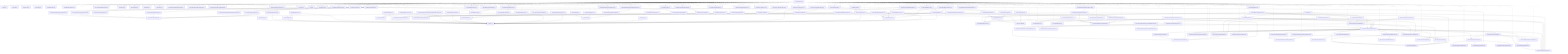
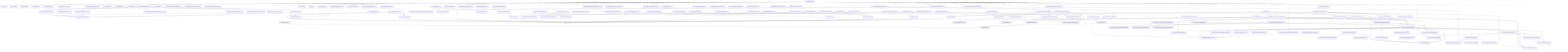
graph TD
  package__ankhorage_studio["@ankhorage/studio"]
  entrypoint_src_index_ts["src/index.ts"]
  package__ankhorage_studio --> entrypoint_src_index_ts
  module_knip_config_ts["knip.config.ts"]
  package__ankhorage_studio -.-> module_knip_config_ts
  module_paradox_config_ts["paradox.config.ts"]
  package__ankhorage_studio -.-> module_paradox_config_ts
  module_src_app_index_ts["src/app/index.ts"]
  package__ankhorage_studio -.-> module_src_app_index_ts
  module_src_app_StudioApp_tsx["src/app/StudioApp.tsx"]
  package__ankhorage_studio -.-> module_src_app_StudioApp_tsx
  module_src_app_StudioDashboard_tsx["src/app/StudioDashboard.tsx"]
  package__ankhorage_studio -.-> module_src_app_StudioDashboard_tsx
  module_src_app_StudioDashboard_tsx --> module_src_hooks_useProjects_ts
  module_src_app_StudioDashboard_tsx --> module_src_hooks_useTemplateSummaries_ts
  module_src_app_StudioDashboard_tsx --> module_src_modules_dashboard_platform_ts
  module_src_app_StudioDashboard_tsx --> module_src_modules_dashboard_search_ts
  module_src_app_StudioDashboard_tsx --> module_src_modules_dashboard_templates_ts
  module_src_app_StudioDashboard_tsx --> module_src_modules_dashboard_types_ts
  module_src_app_StudioDashboard_tsx --> module_src_modules_dashboard_ui_DashboardSectionHeader_tsx
  module_src_app_StudioDashboard_tsx --> module_src_modules_dashboard_ui_ProjectCard_tsx
  module_src_app_StudioDashboard_tsx --> module_src_modules_dashboard_ui_TemplateCard_tsx
  module_src_authFlowContract_test_ts["src/authFlowContract.test.ts"]
  package__ankhorage_studio -.-> module_src_authFlowContract_test_ts
+   module_src_authSettings_test_ts["src/authSettings.test.ts"]
+   package__ankhorage_studio -.-> module_src_authSettings_test_ts
+   module_src_authSettings_test_ts --> module_src_authSettings_ts
+   module_src_authSettings_ts["src/authSettings.ts"]
+   package__ankhorage_studio -.-> module_src_authSettings_ts
  module_src_canvasDragModel_public_test_ts["src/canvasDragModel.public.test.ts"]
  package__ankhorage_studio -.-> module_src_canvasDragModel_public_test_ts
  module_src_canvasDragModel_public_test_ts --> module_src_canvasDragModel_ts
  module_src_canvasDragModel_public_test_ts --> module_src_canvasDropZones_ts
  module_src_canvasDragModel_test_ts["src/canvasDragModel.test.ts"]
  package__ankhorage_studio -.-> module_src_canvasDragModel_test_ts
  module_src_canvasDragModel_test_ts --> module_src_canvasDragModel_ts
  module_src_canvasDragModel_test_ts --> module_src_canvasDropZones_ts
  module_src_canvasDragModel_ts["src/canvasDragModel.ts"]
  package__ankhorage_studio -.-> module_src_canvasDragModel_ts
  module_src_canvasDragModel_ts --> module_src_canvasDropZones_ts
  module_src_canvasDragModel_ts --> module_src_index_ts
  module_src_canvasDropZones_test_ts["src/canvasDropZones.test.ts"]
  package__ankhorage_studio -.-> module_src_canvasDropZones_test_ts
  module_src_canvasDropZones_test_ts --> module_src_canvasDropZones_ts
  module_src_canvasDropZones_test_ts --> module_src_index_ts
  module_src_canvasDropZones_ts["src/canvasDropZones.ts"]
  package__ankhorage_studio -.-> module_src_canvasDropZones_ts
  module_src_canvasDropZones_ts --> module_src_index_ts
  module_src_cli_index_ts["src/cli/index.ts"]
  package__ankhorage_studio -.-> module_src_cli_index_ts
  module_src_cli_index_ts --> module_src_host_createStudioHost_ts
  module_src_cli_index_ts --> module_src_host_http_server_ts
  module_src_cli_index_ts --> module_src_host_templateRegistry_index_ts
  module_src_cli_index_ts --> module_src_host_utils_workspaceRoot_ts
  module_src_core_constants_ts["src/core/constants.ts"]
  package__ankhorage_studio -.-> module_src_core_constants_ts
  module_src_core_StudioContext_ts["src/core/StudioContext.ts"]
  package__ankhorage_studio -.-> module_src_core_StudioContext_ts
  module_src_core_StudioContext_ts --> module_src_index_ts
  module_src_core_studioPackageBoundary_ts["src/core/studioPackageBoundary.ts"]
  package__ankhorage_studio -.-> module_src_core_studioPackageBoundary_ts
  module_src_core_StudioProvider_ts["src/core/StudioProvider.ts"]
  package__ankhorage_studio -.-> module_src_core_StudioProvider_ts
  module_src_core_StudioProvider_ts --> module_src_core_StudioContext_ts
  module_src_core_StudioProvider_ts --> module_src_index_ts
  module_src_dnd_index_ts["src/dnd/index.ts"]
  package__ankhorage_studio -.-> module_src_dnd_index_ts
  module_src_dnd_primitives_ts["src/dnd/primitives.ts"]
  package__ankhorage_studio -.-> module_src_dnd_primitives_ts
  module_src_dnd_state_ts["src/dnd/state.ts"]
  package__ankhorage_studio -.-> module_src_dnd_state_ts
  module_src_hooks_useProjects_ts["src/hooks/useProjects.ts"]
  package__ankhorage_studio -.-> module_src_hooks_useProjects_ts
  module_src_hooks_useProjects_ts --> module_src_core_constants_ts
  module_src_hooks_useTemplateSummaries_ts["src/hooks/useTemplateSummaries.ts"]
  package__ankhorage_studio -.-> module_src_hooks_useTemplateSummaries_ts
  module_src_hooks_useTemplateSummaries_ts --> module_src_core_constants_ts
  module_src_hooks_useTemplateSummaries_ts --> module_src_modules_dashboard_types_ts
+   module_src_host_auth_projectAuthService_test_ts["src/host/auth/projectAuthService.test.ts"]
+   package__ankhorage_studio -.-> module_src_host_auth_projectAuthService_test_ts
+   module_src_host_auth_projectAuthService_test_ts --> module_src_host_auth_projectAuthService_ts
+   module_src_host_auth_projectAuthService_ts["src/host/auth/projectAuthService.ts"]
+   package__ankhorage_studio -.-> module_src_host_auth_projectAuthService_ts
+   module_src_host_auth_projectAuthService_ts --> module_src_authSettings_ts
+   module_src_host_auth_projectAuthService_ts --> module_src_host_orchestrator_projectManager_ts
  module_src_host_createStudioHost_ts["src/host/createStudioHost.ts"]
  package__ankhorage_studio -.-> module_src_host_createStudioHost_ts
  module_src_host_createStudioHost_ts --> module_src_host_orchestrator_infraRuntime_ts
  module_src_host_createStudioHost_ts --> module_src_host_orchestrator_moduleManager_ts
  module_src_host_createStudioHost_ts --> module_src_host_orchestrator_projectManager_ts
  module_src_host_hostLifecycle_smoke_test_ts["src/host/hostLifecycle.smoke.test.ts"]
  package__ankhorage_studio -.-> module_src_host_hostLifecycle_smoke_test_ts
  module_src_host_hostLifecycle_smoke_test_ts --> module_src_host_orchestrator_moduleManager_ts
  module_src_host_hostLifecycle_smoke_test_ts --> module_src_host_orchestrator_projectManager_ts
  module_src_host_hostLifecycle_smoke_test_ts --> module_src_host_templateRegistry_index_ts
  module_src_host_hostOwnership_test_ts["src/host/hostOwnership.test.ts"]
  package__ankhorage_studio -.-> module_src_host_hostOwnership_test_ts
  module_src_host_hostOwnership_test_ts --> module_src_host_http_security_ts
  module_src_host_hostOwnership_test_ts --> module_src_host_orchestrator_projectPaths_ts
  module_src_host_hostOwnership_test_ts --> module_src_host_utils_workspaceRoot_ts
+   module_src_host_http_authRoutes_ts["src/host/http/authRoutes.ts"]
+   package__ankhorage_studio -.-> module_src_host_http_authRoutes_ts
+   module_src_host_http_authRoutes_ts --> module_src_host_auth_projectAuthService_ts
+   module_src_host_http_authRoutes_ts --> module_src_host_orchestrator_projectManager_ts
  module_src_host_http_secretRoutes_ts["src/host/http/secretRoutes.ts"]
  package__ankhorage_studio -.-> module_src_host_http_secretRoutes_ts
  module_src_host_http_secretRoutes_ts --> module_src_host_orchestrator_projectManager_ts
  module_src_host_http_secretRoutes_ts --> module_src_host_secrets_projectSecretService_ts
  module_src_host_http_security_ts["src/host/http/security.ts"]
  package__ankhorage_studio -.-> module_src_host_http_security_ts
  module_src_host_http_server_ts["src/host/http/server.ts"]
  package__ankhorage_studio -.-> module_src_host_http_server_ts
  module_src_host_http_server_ts --> module_src_host_http_security_ts
  module_src_host_http_server_ts --> module_src_host_orchestrator_infraRuntime_ts
  module_src_host_http_server_ts --> module_src_host_orchestrator_moduleManager_ts
  module_src_host_http_server_ts --> module_src_host_orchestrator_projectManager_ts
  module_src_host_http_server_ts --> module_src_host_orchestrator_resolveMutations_ts
  module_src_host_http_server_ts --> module_src_host_templateRegistry_index_ts
  module_src_host_http_server_ts --> module_src_host_utils_trimOutput_ts
  module_src_host_http_server_ts --> module_src_host_utils_workspaceRoot_ts
  module_src_host_http_serverWithSecrets_ts["src/host/http/serverWithSecrets.ts"]
  package__ankhorage_studio -.-> module_src_host_http_serverWithSecrets_ts
+   module_src_host_http_serverWithSecrets_ts --> module_src_host_http_authRoutes_ts
  module_src_host_http_serverWithSecrets_ts --> module_src_host_http_secretRoutes_ts
  module_src_host_http_serverWithSecrets_ts --> module_src_host_http_server_ts
  module_src_host_http_serverWithSecrets_ts --> module_src_host_orchestrator_moduleManager_ts
  module_src_host_http_serverWithSecrets_ts --> module_src_host_orchestrator_projectManager_ts
  module_src_host_http_serverWithSecrets_ts --> module_src_host_utils_workspaceRoot_ts
  module_src_host_http_standalone_ts["src/host/http/standalone.ts"]
  package__ankhorage_studio -.-> module_src_host_http_standalone_ts
  module_src_host_http_standalone_ts --> module_src_host_http_serverWithSecrets_ts
  module_src_host_index_ts["src/host/index.ts"]
  package__ankhorage_studio -.-> module_src_host_index_ts
  module_src_host_layout_auth_resolveAuthLayoutPlan_test_ts["src/host/layout/auth/resolveAuthLayoutPlan.test.ts"]
  package__ankhorage_studio -.-> module_src_host_layout_auth_resolveAuthLayoutPlan_test_ts
  module_src_host_layout_auth_resolveAuthLayoutPlan_test_ts --> module_src_host_layout_auth_resolveAuthLayoutPlan_ts
  module_src_host_layout_auth_resolveAuthLayoutPlan_ts["src/host/layout/auth/resolveAuthLayoutPlan.ts"]
  package__ankhorage_studio -.-> module_src_host_layout_auth_resolveAuthLayoutPlan_ts
  module_src_host_layout_layoutGenerator_ts["src/host/layout/layoutGenerator.ts"]
  package__ankhorage_studio -.-> module_src_host_layout_layoutGenerator_ts
  module_src_host_layout_layoutGenerator_ts --> module_src_host_layout_auth_resolveAuthLayoutPlan_ts
  module_src_host_layout_layoutGenerator_ts --> module_src_host_layout_templates_index_ts
  module_src_host_layout_layoutGenerator_ts --> module_src_host_modules_layout_ts
  module_src_host_layout_templates_auth_adapter_ts["src/host/layout/templates/auth/adapter.ts"]
  package__ankhorage_studio -.-> module_src_host_layout_templates_auth_adapter_ts
  module_src_host_layout_templates_auth_screen_ts["src/host/layout/templates/auth/screen.ts"]
  package__ankhorage_studio -.-> module_src_host_layout_templates_auth_screen_ts
  module_src_host_layout_templates_auth_screen_ts --> module_src_host_layout_templates_utils_routes_ts
  module_src_host_layout_templates_auth_screen_ts --> module_src_host_layout_templates_utils_strings_ts
  module_src_host_layout_templates_auth_screen_ts --> module_src_host_layout_utils_escapeStringLiteral_ts
  module_src_host_layout_templates_auth_session_ts["src/host/layout/templates/auth/session.ts"]
  package__ankhorage_studio -.-> module_src_host_layout_templates_auth_session_ts
  module_src_host_layout_templates_auth_signOut_ts["src/host/layout/templates/auth/signOut.ts"]
  package__ankhorage_studio -.-> module_src_host_layout_templates_auth_signOut_ts
  module_src_host_layout_templates_index_ts["src/host/layout/templates/index.ts"]
  package__ankhorage_studio -.-> module_src_host_layout_templates_index_ts
  module_src_host_layout_templates_navigation_ts["src/host/layout/templates/navigation.ts"]
  package__ankhorage_studio -.-> module_src_host_layout_templates_navigation_ts
  module_src_host_layout_templates_navigation_ts --> module_src_host_layout_utils_escapeStringLiteral_ts
  module_src_host_layout_templates_nestedLayout_ts["src/host/layout/templates/nestedLayout.ts"]
  package__ankhorage_studio -.-> module_src_host_layout_templates_nestedLayout_ts
  module_src_host_layout_templates_nestedLayout_ts --> module_src_host_layout_templates_navigation_ts
  module_src_host_layout_templates_nestedLayout_ts --> module_src_host_layout_templates_utils_strings_ts
  module_src_host_layout_templates_redirect_ts["src/host/layout/templates/redirect.ts"]
  package__ankhorage_studio -.-> module_src_host_layout_templates_redirect_ts
  module_src_host_layout_templates_redirect_ts --> module_src_host_layout_utils_escapeStringLiteral_ts
  module_src_host_layout_templates_rootLayout_test_ts["src/host/layout/templates/rootLayout.test.ts"]
  package__ankhorage_studio -.-> module_src_host_layout_templates_rootLayout_test_ts
  module_src_host_layout_templates_rootLayout_test_ts --> module_src_host_layout_templates_rootLayout_ts
  module_src_host_layout_templates_rootLayout_ts["src/host/layout/templates/rootLayout.ts"]
  package__ankhorage_studio -.-> module_src_host_layout_templates_rootLayout_ts
  module_src_host_layout_templates_rootLayout_ts --> module_src_host_layout_templates_navigation_ts
  module_src_host_layout_templates_rootLayout_ts --> module_src_host_layout_templates_utils_routes_ts
  module_src_host_layout_templates_rootLayout_ts --> module_src_host_layout_utils_escapeStringLiteral_ts
  module_src_host_layout_templates_rootLayout_ts --> module_src_host_modules_layout_ts
  module_src_host_layout_templates_screen_ts["src/host/layout/templates/screen.ts"]
  package__ankhorage_studio -.-> module_src_host_layout_templates_screen_ts
  module_src_host_layout_templates_screen_ts --> module_src_host_layout_templates_utils_strings_ts
  module_src_host_layout_templates_screen_ts --> module_src_host_layout_utils_escapeStringLiteral_ts
  module_src_host_layout_templates_utils_routes_ts["src/host/layout/templates/utils/routes.ts"]
  package__ankhorage_studio -.-> module_src_host_layout_templates_utils_routes_ts
  module_src_host_layout_templates_utils_strings_ts["src/host/layout/templates/utils/strings.ts"]
  package__ankhorage_studio -.-> module_src_host_layout_templates_utils_strings_ts
  module_src_host_layout_utils_escapeStringLiteral_ts["src/host/layout/utils/escapeStringLiteral.ts"]
  package__ankhorage_studio -.-> module_src_host_layout_utils_escapeStringLiteral_ts
  module_src_host_manifestSystem_auth_index_ts["src/host/manifestSystem/auth/index.ts"]
  package__ankhorage_studio -.-> module_src_host_manifestSystem_auth_index_ts
  module_src_host_manifestSystem_auth_shared_global_auth_system_tpl_ts["src/host/manifestSystem/auth/shared/global.auth.system.tpl.ts"]
  package__ankhorage_studio -.-> module_src_host_manifestSystem_auth_shared_global_auth_system_tpl_ts
  module_src_host_manifestSystem_auth_shared_index_ts["src/host/manifestSystem/auth/shared/index.ts"]
  package__ankhorage_studio -.-> module_src_host_manifestSystem_auth_shared_index_ts
  module_src_host_manifestSystem_auth_shared_index_ts --> module_src_host_manifestSystem_auth_shared_global_auth_system_tpl_ts
  module_src_host_manifestSystem_auth_shared_index_ts --> module_src_host_manifestSystem_types_ts
  module_src_host_manifestSystem_index_ts["src/host/manifestSystem/index.ts"]
  package__ankhorage_studio -.-> module_src_host_manifestSystem_index_ts
  module_src_host_manifestSystem_index_ts --> module_src_host_manifestSystem_auth_index_ts
  module_src_host_manifestSystem_index_ts --> module_src_host_manifestSystem_types_ts
  module_src_host_manifestSystem_index_ts --> module_src_host_utils_requirementsInference_ts
  module_src_host_manifestSystem_types_ts["src/host/manifestSystem/types.ts"]
  package__ankhorage_studio -.-> module_src_host_manifestSystem_types_ts
  module_src_host_modules_catalog_ts["src/host/modules/catalog.ts"]
  package__ankhorage_studio -.-> module_src_host_modules_catalog_ts
  module_src_host_modules_catalog_ts --> module_src_host_modules_layout_ts
  module_src_host_modules_layout_ts["src/host/modules/layout.ts"]
  package__ankhorage_studio -.-> module_src_host_modules_layout_ts
  module_src_host_modules_runtime_LocalFsTargetAdapter_ts["src/host/modules/runtime/LocalFsTargetAdapter.ts"]
  package__ankhorage_studio -.-> module_src_host_modules_runtime_LocalFsTargetAdapter_ts
  module_src_host_orchestrator_generatedAppFiles_ts["src/host/orchestrator/generatedAppFiles.ts"]
  package__ankhorage_studio -.-> module_src_host_orchestrator_generatedAppFiles_ts
  module_src_host_orchestrator_generatedAppFiles_ts --> module_src_host_zoraExtensions_index_ts
  module_src_host_orchestrator_generatedRouteCleanup_ts["src/host/orchestrator/generatedRouteCleanup.ts"]
  package__ankhorage_studio -.-> module_src_host_orchestrator_generatedRouteCleanup_ts
  module_src_host_orchestrator_infraGenerator_ts["src/host/orchestrator/infraGenerator.ts"]
  package__ankhorage_studio -.-> module_src_host_orchestrator_infraGenerator_ts
  module_src_host_orchestrator_infraGenerator_ts --> module_src_host_orchestrator_infraValidation_ts
  module_src_host_orchestrator_infraRuntime_ts["src/host/orchestrator/infraRuntime.ts"]
  package__ankhorage_studio -.-> module_src_host_orchestrator_infraRuntime_ts
  module_src_host_orchestrator_infraRuntime_ts --> module_src_host_orchestrator_projectPaths_ts
  module_src_host_orchestrator_infraValidation_ts["src/host/orchestrator/infraValidation.ts"]
  package__ankhorage_studio -.-> module_src_host_orchestrator_infraValidation_ts
  module_src_host_orchestrator_moduleManager_ts["src/host/orchestrator/moduleManager.ts"]
  package__ankhorage_studio -.-> module_src_host_orchestrator_moduleManager_ts
  module_src_host_orchestrator_moduleManager_ts --> module_src_host_modules_catalog_ts
  module_src_host_orchestrator_moduleManager_ts --> module_src_host_modules_runtime_LocalFsTargetAdapter_ts
  module_src_host_orchestrator_moduleManager_ts --> module_src_host_orchestrator_projectManager_ts
  module_src_host_orchestrator_moduleManager_ts --> module_src_host_orchestrator_resolveMutations_ts
  module_src_host_orchestrator_projectDeletion_ts["src/host/orchestrator/projectDeletion.ts"]
  package__ankhorage_studio -.-> module_src_host_orchestrator_projectDeletion_ts
  module_src_host_orchestrator_projectManager_ts["src/host/orchestrator/projectManager.ts"]
  package__ankhorage_studio -.-> module_src_host_orchestrator_projectManager_ts
  module_src_host_orchestrator_projectManager_ts --> module_src_host_layout_layoutGenerator_ts
  module_src_host_orchestrator_projectManager_ts --> module_src_host_manifestSystem_index_ts
  module_src_host_orchestrator_projectManager_ts --> module_src_host_modules_layout_ts
  module_src_host_orchestrator_projectManager_ts --> module_src_host_orchestrator_generatedRouteCleanup_ts
  module_src_host_orchestrator_projectManager_ts --> module_src_host_orchestrator_infraGenerator_ts
  module_src_host_orchestrator_projectManager_ts --> module_src_host_orchestrator_infraRuntime_ts
  module_src_host_orchestrator_projectManager_ts --> module_src_host_orchestrator_projectDeletion_ts
  module_src_host_orchestrator_projectManager_ts --> module_src_host_orchestrator_projectPaths_ts
  module_src_host_orchestrator_projectManager_ts --> module_src_host_orchestrator_projectStore_ts
  module_src_host_orchestrator_projectManager_ts --> module_src_host_orchestrator_resolveMutations_ts
  module_src_host_orchestrator_projectManager_ts --> module_src_host_orchestrator_scaffolder_ts
  module_src_host_orchestrator_projectManager_ts --> module_src_host_orchestrator_templates_ts
  module_src_host_orchestrator_projectManager_ts --> module_src_host_orchestrator_workspaceRuntime_ts
  module_src_host_orchestrator_projectManager_ts --> module_src_host_templateRegistry_index_ts
  module_src_host_orchestrator_projectManager_ts --> module_src_host_zoraExtensions_index_ts
  module_src_host_orchestrator_projectPaths_ts["src/host/orchestrator/projectPaths.ts"]
  package__ankhorage_studio -.-> module_src_host_orchestrator_projectPaths_ts
  module_src_host_orchestrator_projectStore_ts["src/host/orchestrator/projectStore.ts"]
  package__ankhorage_studio -.-> module_src_host_orchestrator_projectStore_ts
  module_src_host_orchestrator_projectStore_ts --> module_src_host_orchestrator_projectPaths_ts
  module_src_host_orchestrator_resolveMutations_ts["src/host/orchestrator/resolveMutations.ts"]
  package__ankhorage_studio -.-> module_src_host_orchestrator_resolveMutations_ts
  module_src_host_orchestrator_resolveMutations_ts --> module_src_host_modules_catalog_ts
  module_src_host_orchestrator_resolveMutations_ts --> module_src_host_modules_layout_ts
  module_src_host_orchestrator_scaffolder_ts["src/host/orchestrator/scaffolder.ts"]
  package__ankhorage_studio -.-> module_src_host_orchestrator_scaffolder_ts
  module_src_host_orchestrator_scaffolder_ts --> module_src_host_manifestSystem_index_ts
  module_src_host_orchestrator_scaffolder_ts --> module_src_host_orchestrator_generatedAppFiles_ts
  module_src_host_orchestrator_scaffolder_ts --> module_src_host_orchestrator_templates_ts
  module_src_host_orchestrator_scaffolder_ts --> module_src_host_templateRegistry_index_ts
  module_src_host_orchestrator_scaffolder_ts --> module_src_host_zoraExtensions_index_ts
  module_src_host_orchestrator_templates_ts["src/host/orchestrator/templates.ts"]
  package__ankhorage_studio -.-> module_src_host_orchestrator_templates_ts
  module_src_host_orchestrator_workspaceRuntime_ts["src/host/orchestrator/workspaceRuntime.ts"]
  package__ankhorage_studio -.-> module_src_host_orchestrator_workspaceRuntime_ts
  module_src_host_secrets_bunSupabaseVaultClient_ts["src/host/secrets/bunSupabaseVaultClient.ts"]
  package__ankhorage_studio -.-> module_src_host_secrets_bunSupabaseVaultClient_ts
  module_src_host_secrets_projectSecretService_test_ts["src/host/secrets/projectSecretService.test.ts"]
  package__ankhorage_studio -.-> module_src_host_secrets_projectSecretService_test_ts
  module_src_host_secrets_projectSecretService_test_ts --> module_src_host_secrets_projectSecretService_ts
  module_src_host_secrets_projectSecretService_ts["src/host/secrets/projectSecretService.ts"]
  package__ankhorage_studio -.-> module_src_host_secrets_projectSecretService_ts
  module_src_host_secrets_projectSecretService_ts --> module_src_host_orchestrator_projectManager_ts
  module_src_host_secrets_projectSecretService_ts --> module_src_host_orchestrator_projectPaths_ts
  module_src_host_secrets_projectSecretService_ts --> module_src_host_secrets_bunSupabaseVaultClient_ts
  module_src_host_secrets_projectSecretService_ts --> module_src_host_secrets_resolveProjectSecretDatabaseUrl_ts
  module_src_host_secrets_resolveProjectSecretDatabaseUrl_test_ts["src/host/secrets/resolveProjectSecretDatabaseUrl.test.ts"]
  package__ankhorage_studio -.-> module_src_host_secrets_resolveProjectSecretDatabaseUrl_test_ts
  module_src_host_secrets_resolveProjectSecretDatabaseUrl_test_ts --> module_src_host_secrets_resolveProjectSecretDatabaseUrl_ts
  module_src_host_secrets_resolveProjectSecretDatabaseUrl_ts["src/host/secrets/resolveProjectSecretDatabaseUrl.ts"]
  package__ankhorage_studio -.-> module_src_host_secrets_resolveProjectSecretDatabaseUrl_ts
  module_src_host_templateRegistry_index_ts["src/host/templateRegistry/index.ts"]
  package__ankhorage_studio -.-> module_src_host_templateRegistry_index_ts
  module_src_host_utils_requirementsInference_ts["src/host/utils/requirementsInference.ts"]
  package__ankhorage_studio -.-> module_src_host_utils_requirementsInference_ts
  module_src_host_utils_trimOutput_ts["src/host/utils/trimOutput.ts"]
  package__ankhorage_studio -.-> module_src_host_utils_trimOutput_ts
  module_src_host_utils_workspaceRoot_ts["src/host/utils/workspaceRoot.ts"]
  package__ankhorage_studio -.-> module_src_host_utils_workspaceRoot_ts
  module_src_host_zoraExtensions_index_ts["src/host/zoraExtensions/index.ts"]
  package__ankhorage_studio -.-> module_src_host_zoraExtensions_index_ts
  module_src_host_zoraExtensions_index_ts --> module_src_host_templateRegistry_index_ts
  module_src_index_test_ts["src/index.test.ts"]
  package__ankhorage_studio -.-> module_src_index_test_ts
  module_src_index_test_ts --> module_src_index_ts
  module_src_index_ts["src/index.ts"]
  module_src_insertModalModel_public_test_ts["src/insertModalModel.public.test.ts"]
  package__ankhorage_studio -.-> module_src_insertModalModel_public_test_ts
  module_src_insertModalModel_public_test_ts --> module_src_index_ts
  module_src_insertModalModel_public_test_ts --> module_src_insertModalModel_ts
  module_src_insertModalModel_test_ts["src/insertModalModel.test.ts"]
  package__ankhorage_studio -.-> module_src_insertModalModel_test_ts
  module_src_insertModalModel_test_ts --> module_src_index_ts
  module_src_insertModalModel_test_ts --> module_src_insertModalModel_ts
  module_src_insertModalModel_ts["src/insertModalModel.ts"]
  package__ankhorage_studio -.-> module_src_insertModalModel_ts
  module_src_insertModalModel_ts --> module_src_index_ts
  module_src_localizationConfig_public_test_ts["src/localizationConfig.public.test.ts"]
  package__ankhorage_studio -.-> module_src_localizationConfig_public_test_ts
  module_src_localizationConfig_public_test_ts --> module_src_localizationConfig_ts
  module_src_localizationConfig_test_ts["src/localizationConfig.test.ts"]
  package__ankhorage_studio -.-> module_src_localizationConfig_test_ts
  module_src_localizationConfig_test_ts --> module_src_localizationConfig_ts
  module_src_localizationConfig_ts["src/localizationConfig.ts"]
  package__ankhorage_studio -.-> module_src_localizationConfig_ts
  module_src_localizationPanelModel_test_ts["src/localizationPanelModel.test.ts"]
  package__ankhorage_studio -.-> module_src_localizationPanelModel_test_ts
  module_src_localizationPanelModel_test_ts --> module_src_localizationPanelModel_ts
  module_src_localizationPanelModel_ts["src/localizationPanelModel.ts"]
  package__ankhorage_studio -.-> module_src_localizationPanelModel_ts
  module_src_manifestNavigatorPreviewModel_public_test_ts["src/manifestNavigatorPreviewModel.public.test.ts"]
  package__ankhorage_studio -.-> module_src_manifestNavigatorPreviewModel_public_test_ts
  module_src_manifestNavigatorPreviewModel_public_test_ts --> module_src_manifestNavigatorPreviewModel_ts
  module_src_manifestNavigatorPreviewModel_test_ts["src/manifestNavigatorPreviewModel.test.ts"]
  package__ankhorage_studio -.-> module_src_manifestNavigatorPreviewModel_test_ts
  module_src_manifestNavigatorPreviewModel_test_ts --> module_src_manifestNavigatorPreviewModel_ts
  module_src_manifestNavigatorPreviewModel_ts["src/manifestNavigatorPreviewModel.ts"]
  package__ankhorage_studio -.-> module_src_manifestNavigatorPreviewModel_ts
  module_src_manifestNavigatorPreviewModel_ts --> module_src_routeUtils_ts
  module_src_manifestState_public_test_ts["src/manifestState.public.test.ts"]
  package__ankhorage_studio -.-> module_src_manifestState_public_test_ts
  module_src_manifestState_public_test_ts --> module_src_index_ts
  module_src_manifestState_public_test_ts --> module_src_manifestState_ts
  module_src_manifestState_routes_test_ts["src/manifestState.routes.test.ts"]
  package__ankhorage_studio -.-> module_src_manifestState_routes_test_ts
  module_src_manifestState_routes_test_ts --> module_src_index_ts
  module_src_manifestState_routes_test_ts --> module_src_manifestState_ts
  module_src_manifestState_test_ts["src/manifestState.test.ts"]
  package__ankhorage_studio -.-> module_src_manifestState_test_ts
  module_src_manifestState_test_ts --> module_src_index_ts
  module_src_manifestState_test_ts --> module_src_manifestState_ts
  module_src_manifestState_ts["src/manifestState.ts"]
  package__ankhorage_studio -.-> module_src_manifestState_ts
  module_src_manifestState_ts --> module_src_index_ts
  module_src_manifestSync_test_ts["src/manifestSync.test.ts"]
  package__ankhorage_studio -.-> module_src_manifestSync_test_ts
  module_src_manifestSync_test_ts --> module_src_index_ts
  module_src_manifestSync_test_ts --> module_src_manifestSync_ts
  module_src_manifestSync_ts["src/manifestSync.ts"]
  package__ankhorage_studio -.-> module_src_manifestSync_ts
  module_src_manifestSync_ts --> module_src_index_ts
  module_src_modules_dashboard_platform_ts["src/modules/dashboard/platform.ts"]
  package__ankhorage_studio -.-> module_src_modules_dashboard_platform_ts
  module_src_modules_dashboard_search_ts["src/modules/dashboard/search.ts"]
  package__ankhorage_studio -.-> module_src_modules_dashboard_search_ts
  module_src_modules_dashboard_search_ts --> module_src_modules_dashboard_types_ts
  module_src_modules_dashboard_templates_ts["src/modules/dashboard/templates.ts"]
  package__ankhorage_studio -.-> module_src_modules_dashboard_templates_ts
  module_src_modules_dashboard_templates_ts --> module_src_modules_dashboard_types_ts
  module_src_modules_dashboard_types_ts["src/modules/dashboard/types.ts"]
  package__ankhorage_studio -.-> module_src_modules_dashboard_types_ts
  module_src_modules_dashboard_ui_DashboardSectionHeader_tsx["src/modules/dashboard/ui/DashboardSectionHeader.tsx"]
  package__ankhorage_studio -.-> module_src_modules_dashboard_ui_DashboardSectionHeader_tsx
  module_src_modules_dashboard_ui_ProjectCard_tsx["src/modules/dashboard/ui/ProjectCard.tsx"]
  package__ankhorage_studio -.-> module_src_modules_dashboard_ui_ProjectCard_tsx
  module_src_modules_dashboard_ui_ProjectCard_tsx --> module_src_modules_dashboard_types_ts
  module_src_modules_dashboard_ui_TemplateCard_tsx["src/modules/dashboard/ui/TemplateCard.tsx"]
  package__ankhorage_studio -.-> module_src_modules_dashboard_ui_TemplateCard_tsx
  module_src_modules_dashboard_ui_TemplateCard_tsx --> module_src_modules_dashboard_types_ts
+   module_src_projectAuthApi_test_ts["src/projectAuthApi.test.ts"]
+   package__ankhorage_studio -.-> module_src_projectAuthApi_test_ts
+   module_src_projectAuthApi_test_ts --> module_src_projectAuthApi_ts
+   module_src_projectAuthApi_ts["src/projectAuthApi.ts"]
+   package__ankhorage_studio -.-> module_src_projectAuthApi_ts
+   module_src_projectAuthApi_ts --> module_src_authSettings_ts
  module_src_projectSecretApi_test_ts["src/projectSecretApi.test.ts"]
  package__ankhorage_studio -.-> module_src_projectSecretApi_test_ts
  module_src_projectSecretApi_test_ts --> module_src_projectSecretApi_ts
  module_src_projectSecretApi_ts["src/projectSecretApi.ts"]
  package__ankhorage_studio -.-> module_src_projectSecretApi_ts
-   module_src_projectSecretApi_ts --> module_src_core_constants_ts
  module_src_root_test_ts["src/root.test.ts"]
  package__ankhorage_studio -.-> module_src_root_test_ts
  module_src_root_ts["src/root.ts"]
  package__ankhorage_studio -.-> module_src_root_ts
  module_src_routeUtils_public_test_ts["src/routeUtils.public.test.ts"]
  package__ankhorage_studio -.-> module_src_routeUtils_public_test_ts
  module_src_routeUtils_public_test_ts --> module_src_routeUtils_ts
  module_src_routeUtils_test_ts["src/routeUtils.test.ts"]
  package__ankhorage_studio -.-> module_src_routeUtils_test_ts
  module_src_routeUtils_test_ts --> module_src_routeUtils_ts
  module_src_routeUtils_ts["src/routeUtils.ts"]
  package__ankhorage_studio -.-> module_src_routeUtils_ts
  module_src_runtime_actionSuppression_ts["src/runtime/actionSuppression.ts"]
  package__ankhorage_studio -.-> module_src_runtime_actionSuppression_ts
  module_src_runtime_appExtensionRegistry_ts["src/runtime/appExtensionRegistry.ts"]
  package__ankhorage_studio -.-> module_src_runtime_appExtensionRegistry_ts
  module_src_runtime_index_ts["src/runtime/index.ts"]
  package__ankhorage_studio -.-> module_src_runtime_index_ts
  module_src_runtime_localizationPreview_ts["src/runtime/localizationPreview.ts"]
  package__ankhorage_studio -.-> module_src_runtime_localizationPreview_ts
  module_src_runtime_overlay_test_ts["src/runtime/overlay.test.ts"]
  package__ankhorage_studio -.-> module_src_runtime_overlay_test_ts
  module_src_runtime_previewRegistry_ts["src/runtime/previewRegistry.ts"]
  package__ankhorage_studio -.-> module_src_runtime_previewRegistry_ts
  module_src_runtime_previewRuntimeConfig_ts["src/runtime/previewRuntimeConfig.ts"]
  package__ankhorage_studio -.-> module_src_runtime_previewRuntimeConfig_ts
  module_src_runtime_previewRuntimeConfig_ts --> module_src_runtime_actionSuppression_ts
  module_src_runtime_previewRuntimeConfig_ts --> module_src_runtime_previewRegistry_ts
  module_src_runtime_registry_tsx["src/runtime/registry.tsx"]
  package__ankhorage_studio -.-> module_src_runtime_registry_tsx
  module_src_runtime_registry_tsx --> module_src_runtime_appExtensionRegistry_ts
  module_src_runtime_runtimeActions_ts["src/runtime/runtimeActions.ts"]
  package__ankhorage_studio -.-> module_src_runtime_runtimeActions_ts
  module_src_runtime_useRuntimeAction_ts["src/runtime/useRuntimeAction.ts"]
  package__ankhorage_studio -.-> module_src_runtime_useRuntimeAction_ts
  module_src_runtime_useRuntimeAction_ts --> module_src_runtime_runtimeActions_ts
  module_src_runtimeDiagnosticsModel_test_ts["src/runtimeDiagnosticsModel.test.ts"]
  package__ankhorage_studio -.-> module_src_runtimeDiagnosticsModel_test_ts
  module_src_runtimeDiagnosticsModel_test_ts --> module_src_runtimeDiagnosticsModel_ts
  module_src_runtimeDiagnosticsModel_ts["src/runtimeDiagnosticsModel.ts"]
  package__ankhorage_studio -.-> module_src_runtimeDiagnosticsModel_ts
  module_src_runtimeLocalization_public_test_ts["src/runtimeLocalization.public.test.ts"]
  package__ankhorage_studio -.-> module_src_runtimeLocalization_public_test_ts
  module_src_runtimeLocalization_public_test_ts --> module_src_runtimeLocalization_ts
  module_src_runtimeLocalization_test_ts["src/runtimeLocalization.test.ts"]
  package__ankhorage_studio -.-> module_src_runtimeLocalization_test_ts
  module_src_runtimeLocalization_test_ts --> module_src_runtimeLocalization_ts
  module_src_runtimeLocalization_ts["src/runtimeLocalization.ts"]
  package__ankhorage_studio -.-> module_src_runtimeLocalization_ts
  module_src_studioAdminRouteModel_test_ts["src/studioAdminRouteModel.test.ts"]
  package__ankhorage_studio -.-> module_src_studioAdminRouteModel_test_ts
  module_src_studioAdminRouteModel_test_ts --> module_src_studioAdminRouteModel_ts
  module_src_studioAdminRouteModel_ts["src/studioAdminRouteModel.ts"]
  package__ankhorage_studio -.-> module_src_studioAdminRouteModel_ts
  module_src_studioAdminRouteModel_ts --> module_src_index_ts
  module_src_studioSelectionModel_knip_test_ts["src/studioSelectionModel.knip.test.ts"]
  package__ankhorage_studio -.-> module_src_studioSelectionModel_knip_test_ts
  module_src_studioSelectionModel_knip_test_ts --> module_src_studioSelectionModel_ts
  module_src_studioSelectionModel_test_ts["src/studioSelectionModel.test.ts"]
  package__ankhorage_studio -.-> module_src_studioSelectionModel_test_ts
  module_src_studioSelectionModel_test_ts --> module_src_studioSelectionModel_ts
  module_src_studioSelectionModel_ts["src/studioSelectionModel.ts"]
  package__ankhorage_studio -.-> module_src_studioSelectionModel_ts
  module_src_ui_AnkhStudio_ts["src/ui/AnkhStudio.ts"]
  package__ankhorage_studio -.-> module_src_ui_AnkhStudio_ts
  module_src_ui_AnkhStudio_ts --> module_src_core_StudioContext_ts
  module_src_ui_StudioAdminOverlay_tsx["src/ui/StudioAdminOverlay.tsx"]
  package__ankhorage_studio -.-> module_src_ui_StudioAdminOverlay_tsx
  module_src_ui_StudioAdminOverlay_tsx --> module_src_projectSecretApi_ts
+   module_src_ui_StudioAuthSettingsOverlay_tsx["src/ui/StudioAuthSettingsOverlay.tsx"]
+   package__ankhorage_studio -.-> module_src_ui_StudioAuthSettingsOverlay_tsx
+   module_src_ui_StudioAuthSettingsOverlay_tsx --> module_src_authSettings_ts
+   module_src_ui_StudioAuthSettingsOverlay_tsx --> module_src_projectAuthApi_ts
+   module_src_ui_StudioAuthSettingsOverlay_tsx --> module_src_ui_StudioAdminOverlay_tsx
  module_src_ui_useStudioAppBarAugmentation_ts["src/ui/useStudioAppBarAugmentation.ts"]
  package__ankhorage_studio -.-> module_src_ui_useStudioAppBarAugmentation_ts
  module_src_ui_useStudioAppBarAugmentation_ts --> module_src_core_StudioContext_ts
  module_src_ui_useStudioAppBarAugmentation_ts --> module_src_ui_StudioAdminOverlay_tsx
+   module_src_ui_useStudioAppBarAugmentation_ts --> module_src_ui_StudioAuthSettingsOverlay_tsx
  module_src_utils_treeUtils_ts["src/utils/treeUtils.ts"]
  package__ankhorage_studio -.-> module_src_utils_treeUtils_ts
  module_src_utils_treeUtils_ts --> module_src_index_ts
